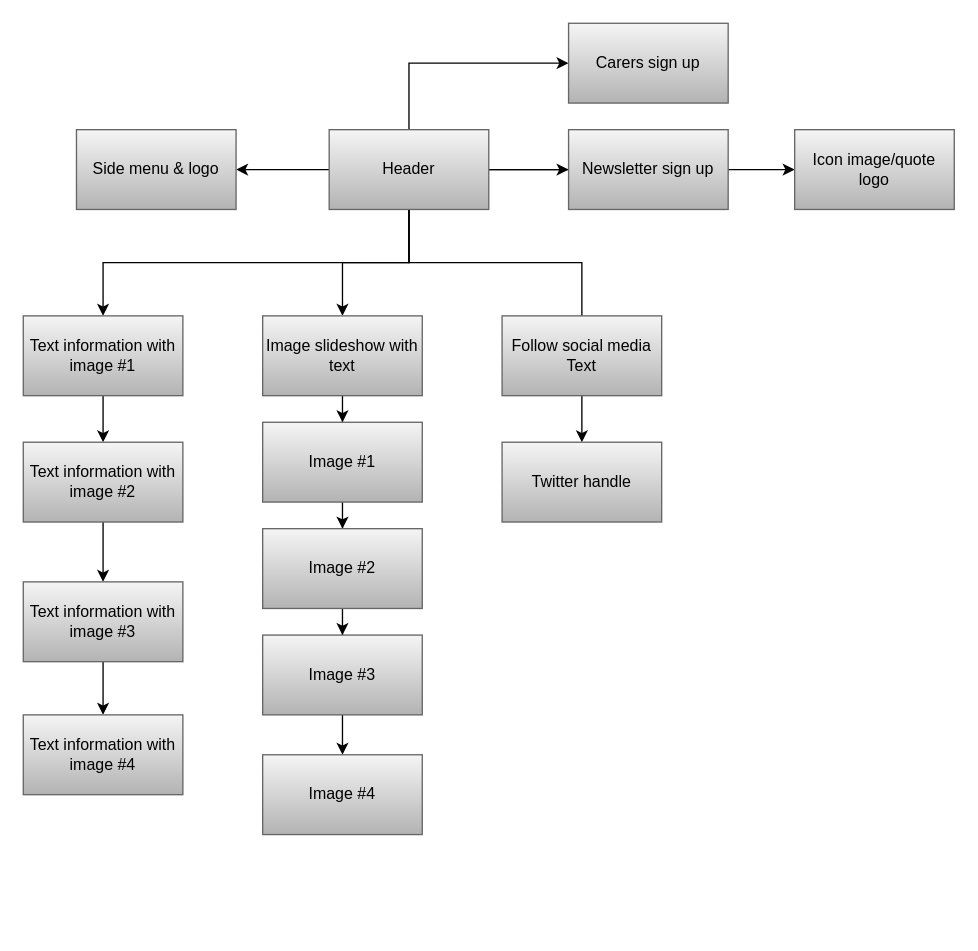
Before: Untitled Diagram 2.drawio in Wasicool2/timeManager, a draw.io diagram. Source tidied: cells renumbered, new cells numbered last; positions are measured from the earlier drawing's top-left corner, leaving out a move shared by most shapes. Both pictures are drawn from the tidied source at 133%, with x=0, y=0 at pixel (23, 23).
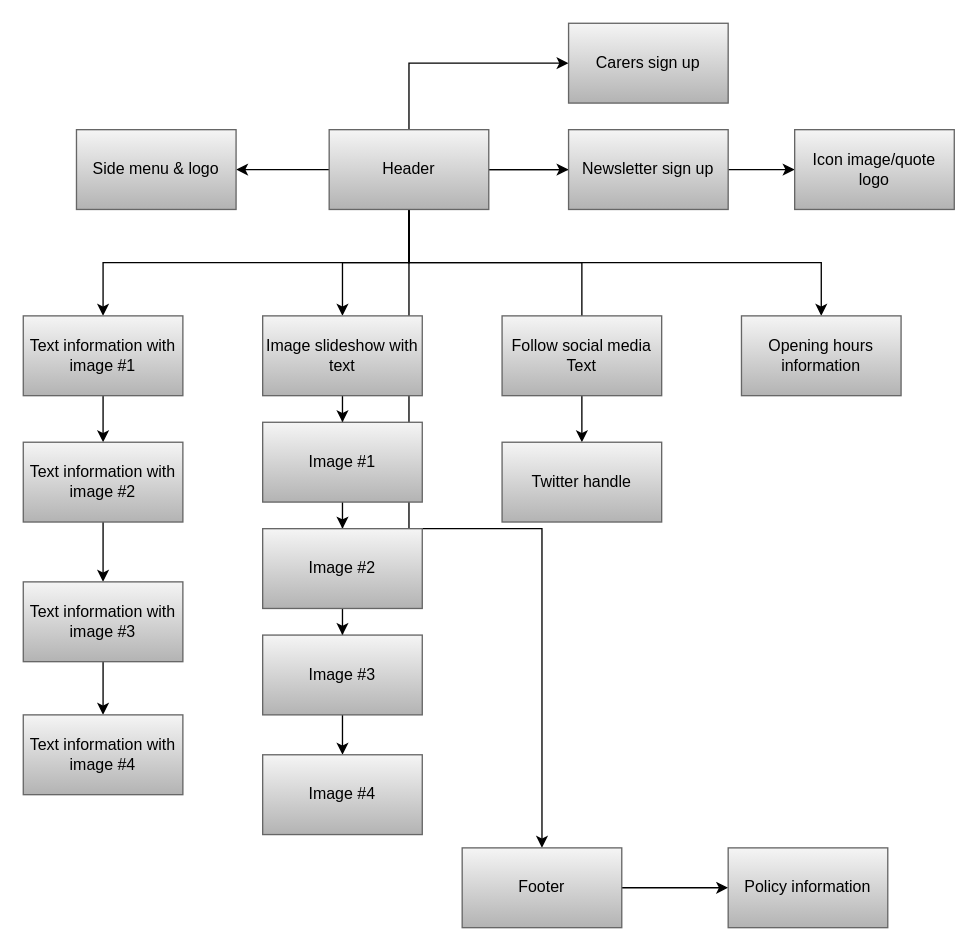
The same diagram, later.

The change refers to these unchanged cells:
```xml
<mxCell id="9" value="Header" style="rounded=0;whiteSpace=wrap;html=1;gradientColor=#b3b3b3;fillColor=#f5f5f5;strokeColor=#666666;" parent="1" vertex="1">
  <mxGeometry x="230" y="80" width="120" height="60" as="geometry" />
</mxCell>
```

The edit, as a diff of the source:
```diff
@@
+    <mxCell id="33" style="edgeStyle=orthogonalEdgeStyle;rounded=0;jettySize=auto;html=1;" parent="1" edge="1" source="9" target="35">
+      <mxGeometry relative="1" as="geometry">
+        <Array as="points">
+          <mxPoint x="290" y="180" />
+          <mxPoint x="600" y="180" />
+        </Array>
+      </mxGeometry>
+    </mxCell>
+    <mxCell id="34" style="edgeStyle=orthogonalEdgeStyle;rounded=0;jettySize=auto;html=1;" parent="1" edge="1" source="9" target="37">
+      <mxGeometry relative="1" as="geometry" />
+    </mxCell>
@@
+    <mxCell id="35" value="Opening hours information" style="rounded=0;whiteSpace=wrap;html=1;gradientColor=#b3b3b3;fillColor=#f5f5f5;strokeColor=#666666;" parent="1" vertex="1">
+      <mxGeometry x="540" y="220" width="120" height="60" as="geometry" />
+    </mxCell>
+    <mxCell id="36" style="edgeStyle=orthogonalEdgeStyle;rounded=0;jettySize=auto;html=1;" parent="1" edge="1" source="37" target="38">
+      <mxGeometry relative="1" as="geometry" />
+    </mxCell>
+    <mxCell id="37" value="Footer" style="rounded=0;whiteSpace=wrap;html=1;gradientColor=#b3b3b3;fillColor=#f5f5f5;strokeColor=#666666;" parent="1" vertex="1">
+      <mxGeometry x="330" y="620" width="120" height="60" as="geometry" />
+    </mxCell>
+    <mxCell id="38" value="Policy information" style="rounded=0;whiteSpace=wrap;html=1;gradientColor=#b3b3b3;fillColor=#f5f5f5;strokeColor=#666666;" parent="1" vertex="1">
+      <mxGeometry x="530" y="620" width="120" height="60" as="geometry" />
+    </mxCell>
```
